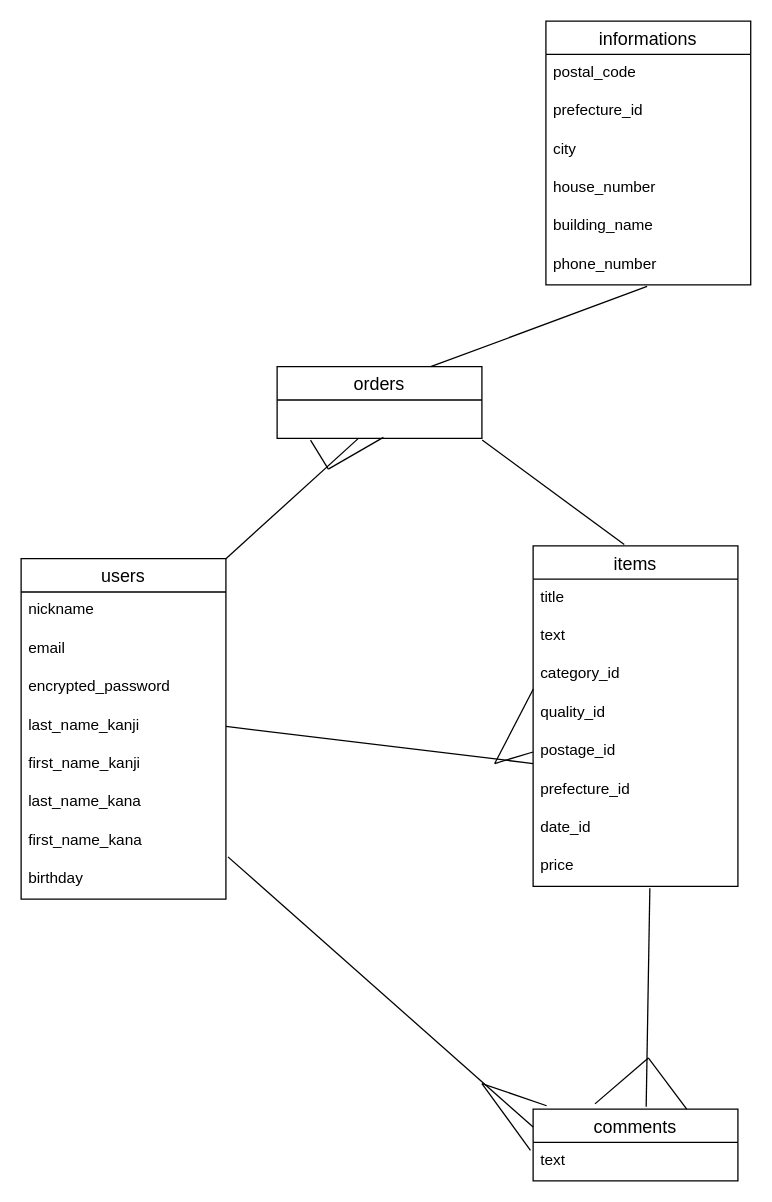
The draw.io diagram ER.dio in peter0726/furima-41113, before the edit. Source tidied: cells renumbered, new cells numbered last; positions are measured from the earlier drawing's top-left corner, leaving out a move shared by most shapes. Both pictures are drawn from the tidied source at 128%, with x=0, y=0 at pixel (20, 20).
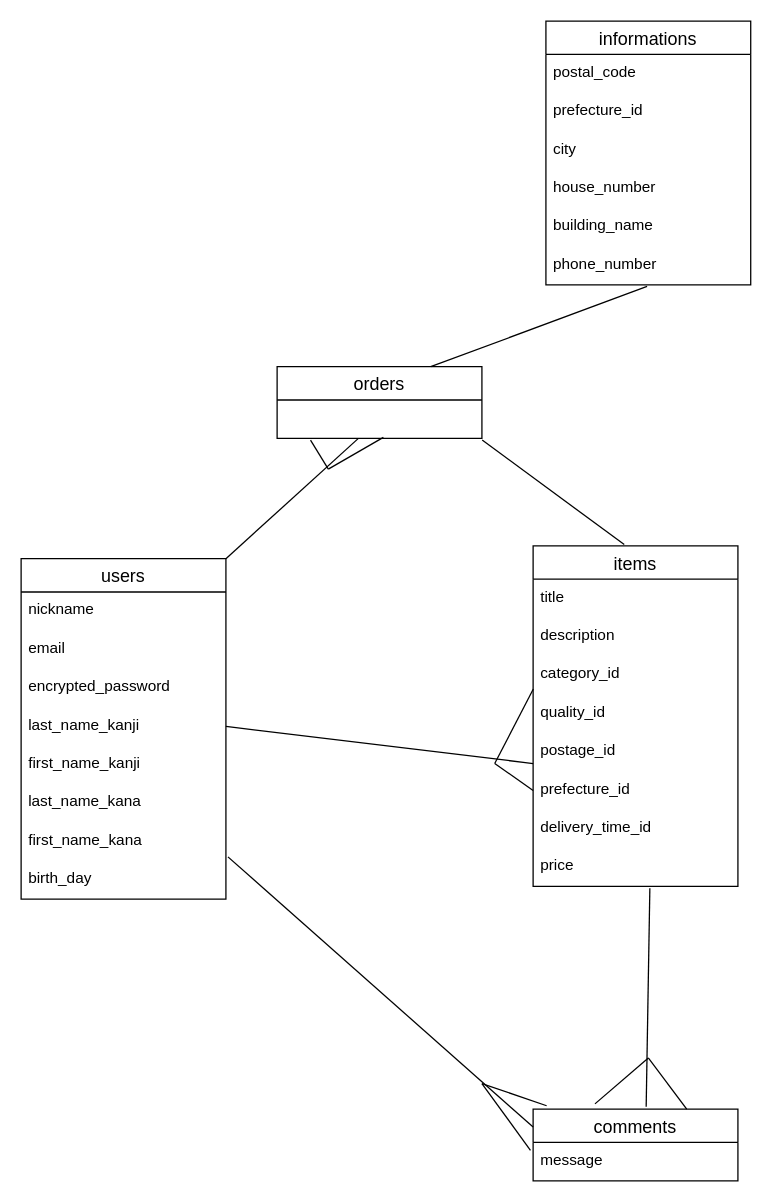
The same page after the edit.

Commit message (it also covers changes not shown here):
ER図、readmeの修正2

The change refers to these unchanged cells:
```xml
<mxCell id="2" value="users" style="swimlane;fontStyle=0;horizontal=1;startSize=26;align=center;fontSize=14;" parent="1" vertex="1">
  <mxGeometry y="420" width="160" height="266" as="geometry" />
</mxCell>
<mxCell id="11" value="items" style="swimlane;fontStyle=0;horizontal=1;startSize=26;align=center;fontSize=14;" parent="1" vertex="1">
  <mxGeometry x="400" y="410" width="160" height="266" as="geometry" />
</mxCell>
<mxCell id="16" value="postage_id" style="text;strokeColor=none;fillColor=none;spacingLeft=4;spacingRight=4;overflow=hidden;points=[[0,0.5],[1,0.5]];portConstraint=eastwest;fontSize=12;" parent="11" vertex="1">
  <mxGeometry y="146" width="160" height="30" as="geometry" />
</mxCell>
<mxCell id="17" value="prefecture_id" style="text;strokeColor=none;fillColor=none;spacingLeft=4;spacingRight=4;overflow=hidden;points=[[0,0.5],[1,0.5]];portConstraint=eastwest;fontSize=12;" parent="11" vertex="1">
  <mxGeometry y="176" width="160" height="30" as="geometry" />
</mxCell>
<mxCell id="21" value="comments" style="swimlane;fontStyle=0;horizontal=1;startSize=26;align=center;fontSize=14;" parent="1" vertex="1">
  <mxGeometry x="400" y="850" width="160" height="56" as="geometry" />
</mxCell>
```

What changed in the source:
```diff
@@
-    <mxCell id="10" value="birthday" style="text;strokeColor=none;fillColor=none;spacingLeft=4;spacingRight=4;overflow=hidden;points=[[0,0.5],[1,0.5]];portConstraint=eastwest;fontSize=12;" parent="2" vertex="1">
+    <mxCell id="10" value="birth_day" style="text;strokeColor=none;fillColor=none;spacingLeft=4;spacingRight=4;overflow=hidden;points=[[0,0.5],[1,0.5]];portConstraint=eastwest;fontSize=12;" parent="2" vertex="1">
       <mxGeometry y="236" width="160" height="30" as="geometry" />
     </mxCell>
@@
-    <mxCell id="13" value="text" style="text;strokeColor=none;fillColor=none;spacingLeft=4;spacingRight=4;overflow=hidden;fontSize=12;" parent="11" vertex="1">
+    <mxCell id="13" value="description" style="text;strokeColor=none;fillColor=none;spacingLeft=4;spacingRight=4;overflow=hidden;fontSize=12;" parent="11" vertex="1">
       <mxGeometry y="56" width="160" height="30" as="geometry" />
     </mxCell>
@@
-    <mxCell id="18" value="date_id" style="text;strokeColor=none;fillColor=none;spacingLeft=4;spacingRight=4;overflow=hidden;fontSize=12;" parent="11" vertex="1">
+    <mxCell id="18" value="delivery_time_id" style="text;strokeColor=none;fillColor=none;spacingLeft=4;spacingRight=4;overflow=hidden;fontSize=12;" parent="11" vertex="1">
       <mxGeometry y="206" width="160" height="30" as="geometry" />
     </mxCell>
@@
-    <mxCell id="22" value="text" style="text;strokeColor=none;fillColor=none;spacingLeft=4;spacingRight=4;overflow=hidden;points=[[0,0.5],[1,0.5]];portConstraint=eastwest;fontSize=12;" parent="21" vertex="1">
+    <mxCell id="22" value="message" style="text;strokeColor=none;fillColor=none;spacingLeft=4;spacingRight=4;overflow=hidden;points=[[0,0.5],[1,0.5]];portConstraint=eastwest;fontSize=12;" parent="21" vertex="1">
       <mxGeometry y="26" width="160" height="30" as="geometry" />
     </mxCell>
@@
-    <mxCell id="31" style="endArrow=none;html=1;rounded=0;entryX=0;entryY=0.5;entryDx=0;entryDy=0;" parent="1" edge="1" target="16">
+    <mxCell id="31" style="endArrow=none;html=1;rounded=0;entryX=0;entryY=0.5;entryDx=0;entryDy=0;" parent="1" edge="1" target="17">
       <mxGeometry relative="1" as="geometry">
         <mxPoint x="370" y="580" as="sourcePoint" />
       </mxGeometry>
     </mxCell>
```
